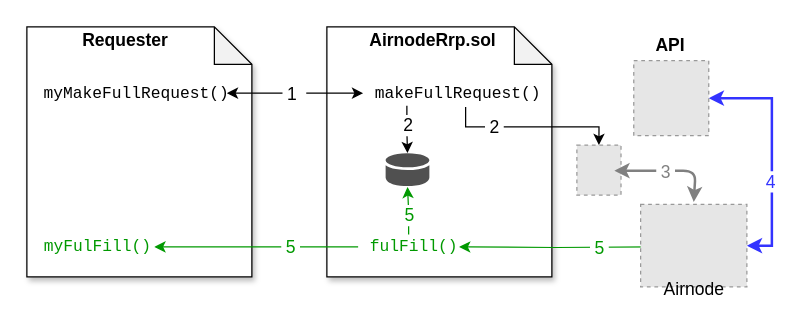
api3dao/old-api3-docs keeps this draw.io diagram as docs/airnode/v0.6/assets/diagrams/concepts-request.drawio. Above is the earlier version. Source tidied: cells renumbered, new cells numbered last; positions are measured from the earlier drawing's top-left corner, leaving out a move shared by most shapes. Both pictures are drawn from the tidied source at 125%, with x=0, y=0 at pixel (26, 26). Pictures stored in the file or linked from it are replaced by grey dashed boxes.
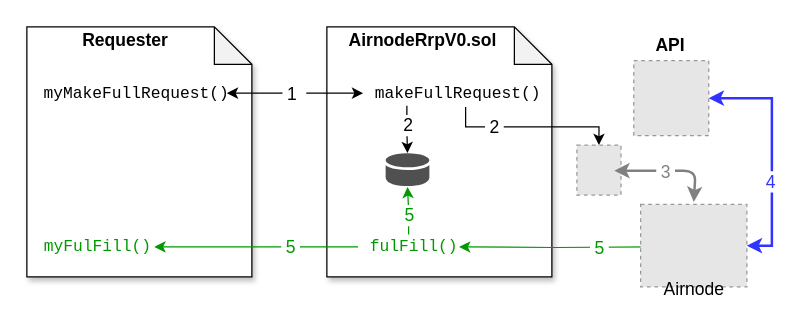
The same page after the edit.

Change to the diagram source:
```diff
@@
-    <mxCell id="4" value="&lt;b&gt;&lt;font style=&quot;font-size: 14px&quot;&gt;AirnodeRrp.sol&lt;/font&gt;&lt;/b&gt;" style="text;html=1;strokeColor=none;fillColor=none;align=center;verticalAlign=middle;whiteSpace=wrap;rounded=0;shadow=1;" parent="1" vertex="1">
-      <mxGeometry x="270" y="1" width="110.2" height="20" as="geometry" />
+    <mxCell id="4" value="&lt;b&gt;&lt;font style=&quot;font-size: 14px&quot;&gt;AirnodeRrpV0.sol&lt;/font&gt;&lt;/b&gt;" style="text;html=1;strokeColor=none;fillColor=none;align=center;verticalAlign=middle;whiteSpace=wrap;rounded=0;shadow=1;" parent="1" vertex="1">
+      <mxGeometry x="262" y="1" width="110.2" height="20" as="geometry" />
     </mxCell>
```
